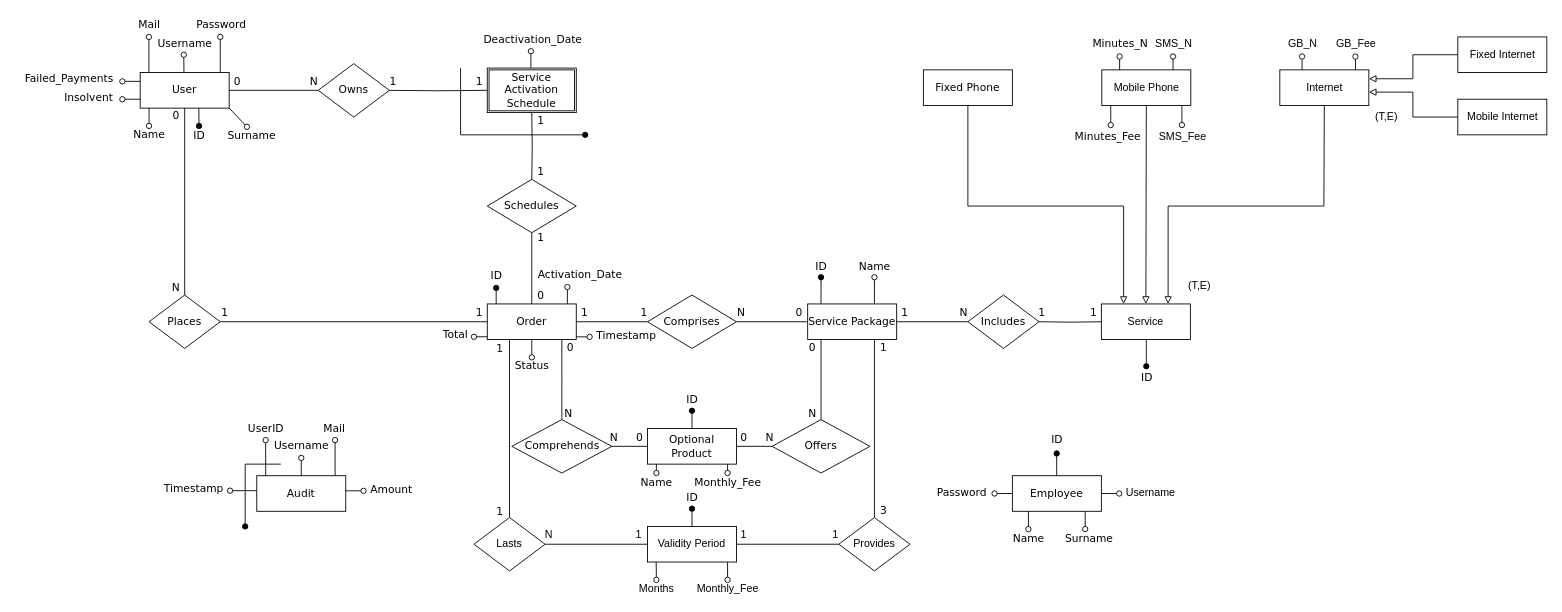
Above: Documentation/Diagrams/ER_diagram.drawio in daviderigamonti/DB2Project-Telco (draw.io), before the change. Source tidied: cells renumbered, new cells numbered last; positions are measured from the earlier drawing's top-left corner, leaving out a move shared by most shapes. Both pictures are drawn from the tidied source at 89%, with x=0, y=0 at pixel (15, 15).
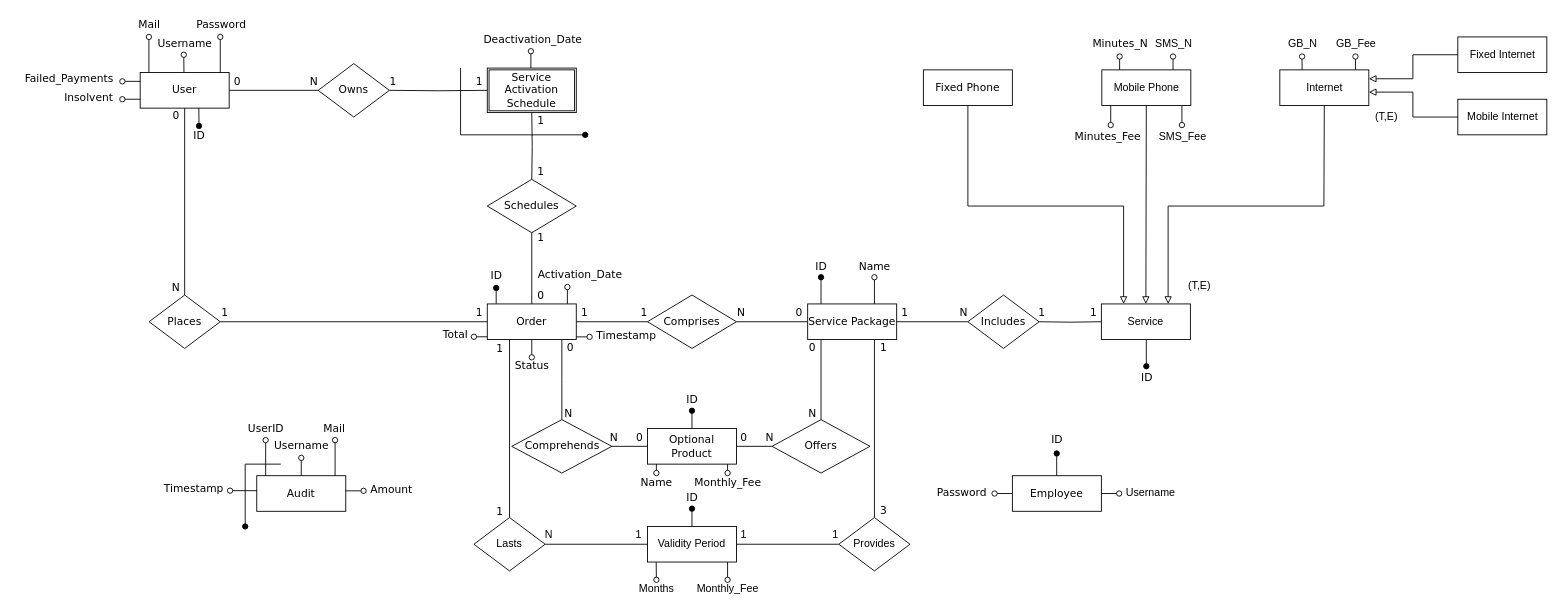
After the change.

The edit, as a diff of the source:
```diff
@@
-    <mxCell id="158" style="endArrow=oval;html=1;rounded=0;startArrow=none;startFill=0;endFill=0;fontFamily=Verdana;" parent="1" edge="1">
-      <mxGeometry relative="1" as="geometry">
-        <mxPoint x="150" y="104" as="sourcePoint" />
-        <mxPoint x="150" y="124" as="targetPoint" />
-      </mxGeometry>
-    </mxCell>
-    <mxCell id="159" value="Name" style="text;html=1;align=center;verticalAlign=middle;strokeColor=none;fillColor=none;fontFamily=Verdana;" parent="1" vertex="1">
-      <mxGeometry x="125" y="124" width="50" height="20" as="geometry" />
-    </mxCell>
-    <mxCell id="160" style="endArrow=oval;html=1;rounded=0;startArrow=none;startFill=0;endFill=0;fontFamily=Verdana;" parent="1" edge="1">
-      <mxGeometry relative="1" as="geometry">
-        <mxPoint x="240" y="104" as="sourcePoint" />
-        <mxPoint x="260" y="125" as="targetPoint" />
-      </mxGeometry>
-    </mxCell>
-    <mxCell id="161" value="Surname" style="text;html=1;align=center;verticalAlign=middle;strokeColor=none;fillColor=none;fontFamily=Verdana;" parent="1" vertex="1">
-      <mxGeometry x="230" y="125" width="70" height="20" as="geometry" />
-    </mxCell>
-    <mxCell id="162" style="endArrow=oval;html=1;rounded=0;startArrow=none;startFill=0;endFill=0;fontFamily=Verdana;" parent="1" edge="1">
-      <mxGeometry relative="1" as="geometry">
-        <mxPoint x="1138" y="557" as="sourcePoint" />
-        <mxPoint x="1138" y="577" as="targetPoint" />
-      </mxGeometry>
-    </mxCell>
-    <mxCell id="163" value="Surname" style="text;html=1;align=center;verticalAlign=middle;strokeColor=none;fillColor=none;fontFamily=Verdana;" parent="1" vertex="1">
-      <mxGeometry x="1170.5" y="578" width="70" height="20" as="geometry" />
-    </mxCell>
-    <mxCell id="164" value="Name" style="text;html=1;align=center;verticalAlign=middle;strokeColor=none;fillColor=none;fontFamily=Verdana;" parent="1" vertex="1">
-      <mxGeometry x="1113" y="578" width="50" height="20" as="geometry" />
-    </mxCell>
-    <mxCell id="165" style="endArrow=oval;html=1;rounded=0;startArrow=none;startFill=0;endFill=0;fontFamily=Verdana;" parent="1" edge="1">
-      <mxGeometry relative="1" as="geometry">
-        <mxPoint x="1201.8" y="557" as="sourcePoint" />
-        <mxPoint x="1201.8" y="577" as="targetPoint" />
-      </mxGeometry>
-    </mxCell>
```
